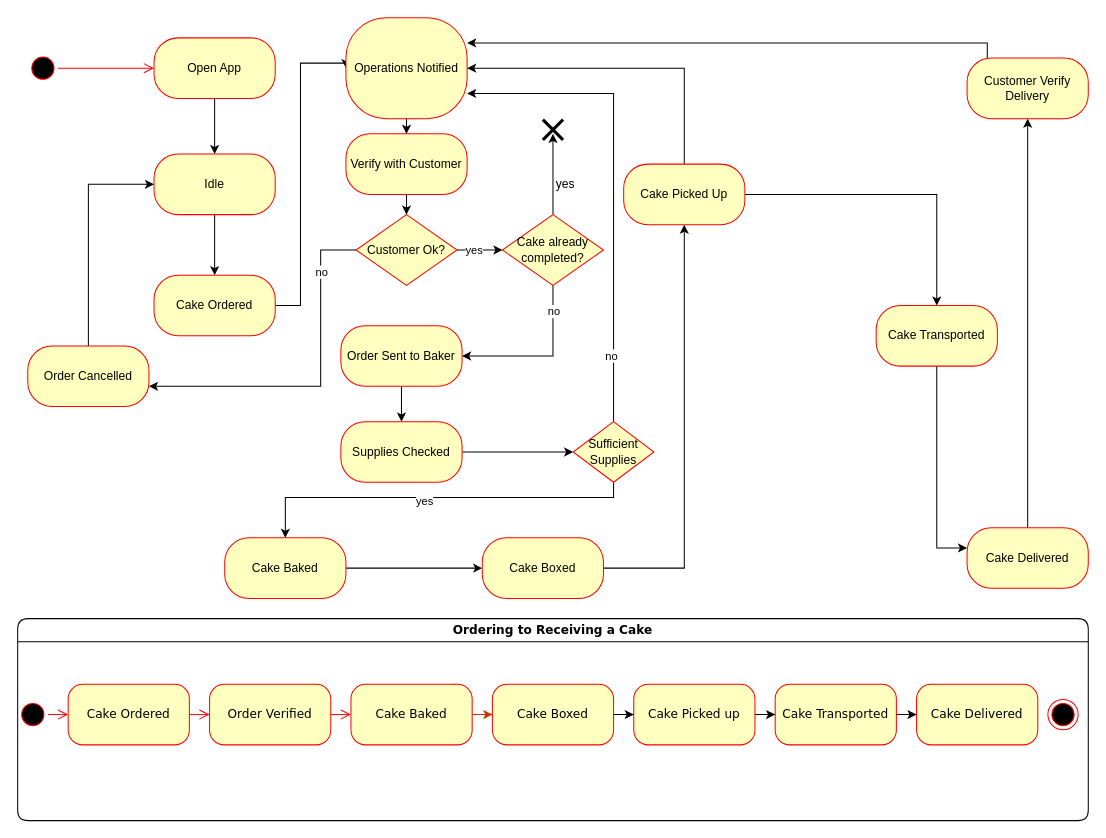
This is page "Page-1" (1 of 2) of planning/Cake Company State.drawio from ligipop/PlanningSolutions, a draw.io file, before an edit. Source tidied: cells renumbered, new cells numbered last; positions are measured from the earlier drawing's top-left corner, leaving out a move shared by most shapes. Both pictures are drawn from the tidied source at 101%, with x=0, y=0 at pixel (17, 17).
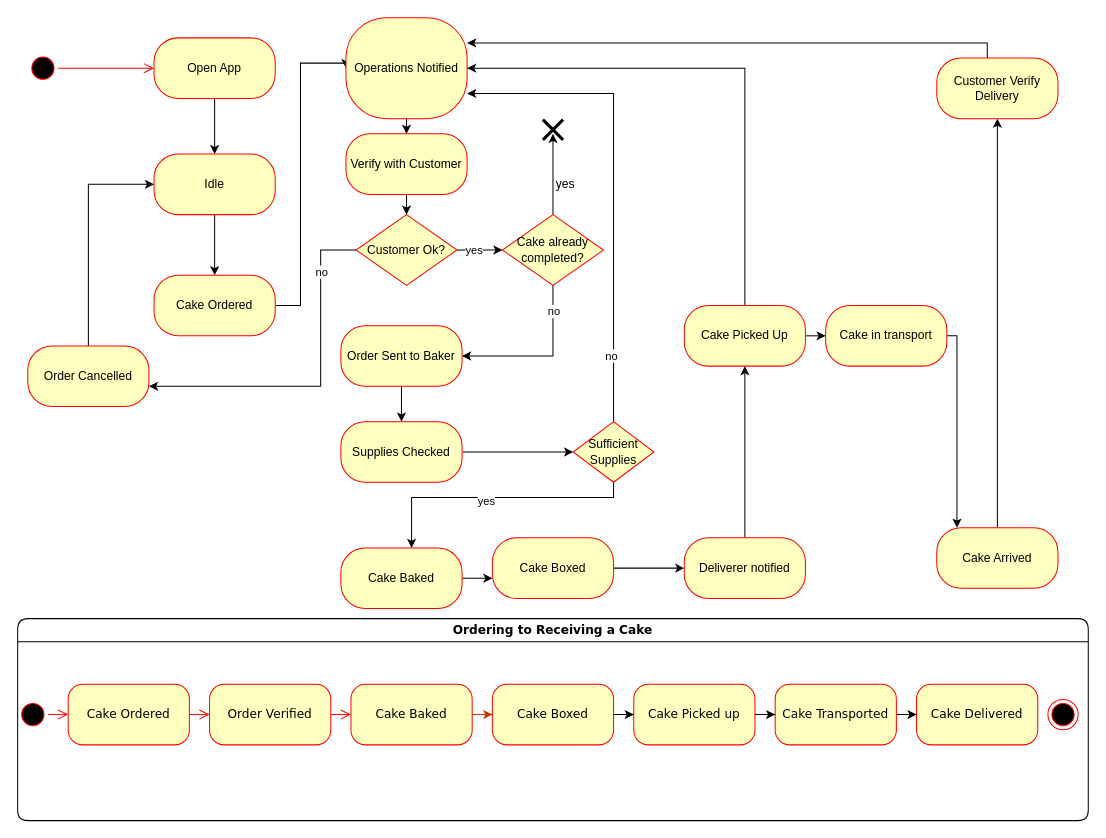
The same diagram, later.

Commit message:
Update Cake Company State_last.drawio

The change refers to these unchanged cells:
```xml
<mxCell id="42" value="Sufficient Supplies" style="rhombus;whiteSpace=wrap;html=1;fillColor=#ffffc0;strokeColor=#ff0000;" parent="1" vertex="1">
  <mxGeometry x="550" y="400" width="80" height="60" as="geometry" />
</mxCell>
<mxCell id="44" value="Operations Notified" style="whiteSpace=wrap;html=1;fillColor=#ffffc0;strokeColor=#ff0000;fontColor=#000000;rounded=1;arcSize=40;" parent="1" vertex="1">
  <mxGeometry x="325" width="120" height="100" as="geometry" />
</mxCell>
```

Change to the diagram source:
```diff
@@
     <mxCell id="40" style="edgeStyle=orthogonalEdgeStyle;rounded=0;jettySize=auto;html=1;" parent="1" edge="1" source="42" target="46">
       <mxGeometry relative="1" as="geometry">
         <Array as="points">
           <mxPoint x="590" y="475" />
-          <mxPoint x="265" y="475" />
+          <mxPoint x="390" y="475" />
         </Array>
       </mxGeometry>
     </mxCell>
@@
     <mxCell id="46" value="Cake Baked" style="rounded=1;whiteSpace=wrap;html=1;arcSize=40;fontColor=#000000;fillColor=#ffffc0;strokeColor=#ff0000;" parent="1" vertex="1">
-      <mxGeometry x="205" y="515" width="120" height="60" as="geometry" />
+      <mxGeometry x="320" y="525" width="120" height="60" as="geometry" />
     </mxCell>
-    <mxCell id="47" style="edgeStyle=orthogonalEdgeStyle;rounded=0;jettySize=auto;html=1;" parent="1" edge="1" source="48" target="51">
-      <mxGeometry relative="1" as="geometry" />
-    </mxCell>
+    <mxCell id="66" style="edgeStyle=orthogonalEdgeStyle;rounded=0;jettySize=auto;html=1;" parent="1" edge="1" source="48" target="68">
+      <mxGeometry relative="1" as="geometry" />
+    </mxCell>
     <mxCell id="48" value="Cake Boxed" style="rounded=1;whiteSpace=wrap;html=1;arcSize=40;fontColor=#000000;fillColor=#ffffc0;strokeColor=#ff0000;" parent="1" vertex="1">
-      <mxGeometry x="460" y="515" width="120" height="60" as="geometry" />
+      <mxGeometry x="470" y="515" width="120" height="60" as="geometry" />
     </mxCell>
     <mxCell id="49" style="edgeStyle=orthogonalEdgeStyle;rounded=0;jettySize=auto;html=1;" parent="1" edge="1" source="51" target="44">
       <mxGeometry relative="1" as="geometry">
         <Array as="points">
-          <mxPoint x="660" y="50" />
+          <mxPoint x="720" y="50" />
         </Array>
       </mxGeometry>
     </mxCell>
     <mxCell id="50" style="edgeStyle=orthogonalEdgeStyle;rounded=0;jettySize=auto;html=1;" parent="1" edge="1" source="51" target="53">
       <mxGeometry relative="1" as="geometry">
         <Array as="points">
-          <mxPoint x="910" y="175" />
+          <mxPoint x="830" y="315" />
+          <mxPoint x="830" y="315" />
         </Array>
       </mxGeometry>
     </mxCell>
     <mxCell id="51" value="Cake Picked Up" style="rounded=1;whiteSpace=wrap;html=1;arcSize=40;fontColor=#000000;fillColor=#ffffc0;strokeColor=#ff0000;" parent="1" vertex="1">
-      <mxGeometry x="600" y="145" width="120" height="60" as="geometry" />
+      <mxGeometry x="660" y="285" width="120" height="60" as="geometry" />
     </mxCell>
     <mxCell id="52" style="edgeStyle=orthogonalEdgeStyle;rounded=0;jettySize=auto;html=1;" parent="1" edge="1" source="53" target="55">
       <mxGeometry relative="1" as="geometry">
         <Array as="points">
-          <mxPoint x="910" y="525" />
+          <mxPoint x="930" y="315" />
         </Array>
       </mxGeometry>
     </mxCell>
-    <mxCell id="53" value="Cake Transported" style="rounded=1;whiteSpace=wrap;html=1;arcSize=40;fontColor=#000000;fillColor=#ffffc0;strokeColor=#ff0000;" parent="1" vertex="1">
-      <mxGeometry x="850" y="285" width="120" height="60" as="geometry" />
+    <mxCell id="53" value="Cake in transport" style="rounded=1;whiteSpace=wrap;html=1;arcSize=40;fontColor=#000000;fillColor=#ffffc0;strokeColor=#ff0000;" parent="1" vertex="1">
+      <mxGeometry x="800" y="285" width="120" height="60" as="geometry" />
     </mxCell>
@@
-    <mxCell id="55" value="Cake Delivered" style="rounded=1;whiteSpace=wrap;html=1;arcSize=40;fontColor=#000000;fillColor=#ffffc0;strokeColor=#ff0000;" parent="1" vertex="1">
-      <mxGeometry x="940" y="505" width="120" height="60" as="geometry" />
+    <mxCell id="55" value="Cake Arrived" style="rounded=1;whiteSpace=wrap;html=1;arcSize=40;fontColor=#000000;fillColor=#ffffc0;strokeColor=#ff0000;" parent="1" vertex="1">
+      <mxGeometry x="910" y="505" width="120" height="60" as="geometry" />
     </mxCell>
@@
     <mxCell id="57" value="Customer Verify Delivery" style="rounded=1;whiteSpace=wrap;html=1;arcSize=40;fontColor=#000000;fillColor=#ffffc0;strokeColor=#ff0000;" parent="1" vertex="1">
-      <mxGeometry x="940" y="40" width="120" height="60" as="geometry" />
+      <mxGeometry x="910" y="40" width="120" height="60" as="geometry" />
     </mxCell>
@@
+    <mxCell id="67" style="edgeStyle=orthogonalEdgeStyle;rounded=0;jettySize=auto;html=1;" parent="1" edge="1" source="68" target="51">
+      <mxGeometry relative="1" as="geometry" />
+    </mxCell>
+    <mxCell id="68" value="Deliverer notified" style="rounded=1;whiteSpace=wrap;html=1;arcSize=40;fontColor=#000000;fillColor=#ffffc0;strokeColor=#ff0000;" parent="1" vertex="1">
+      <mxGeometry x="660" y="515" width="120" height="60" as="geometry" />
+    </mxCell>
```
